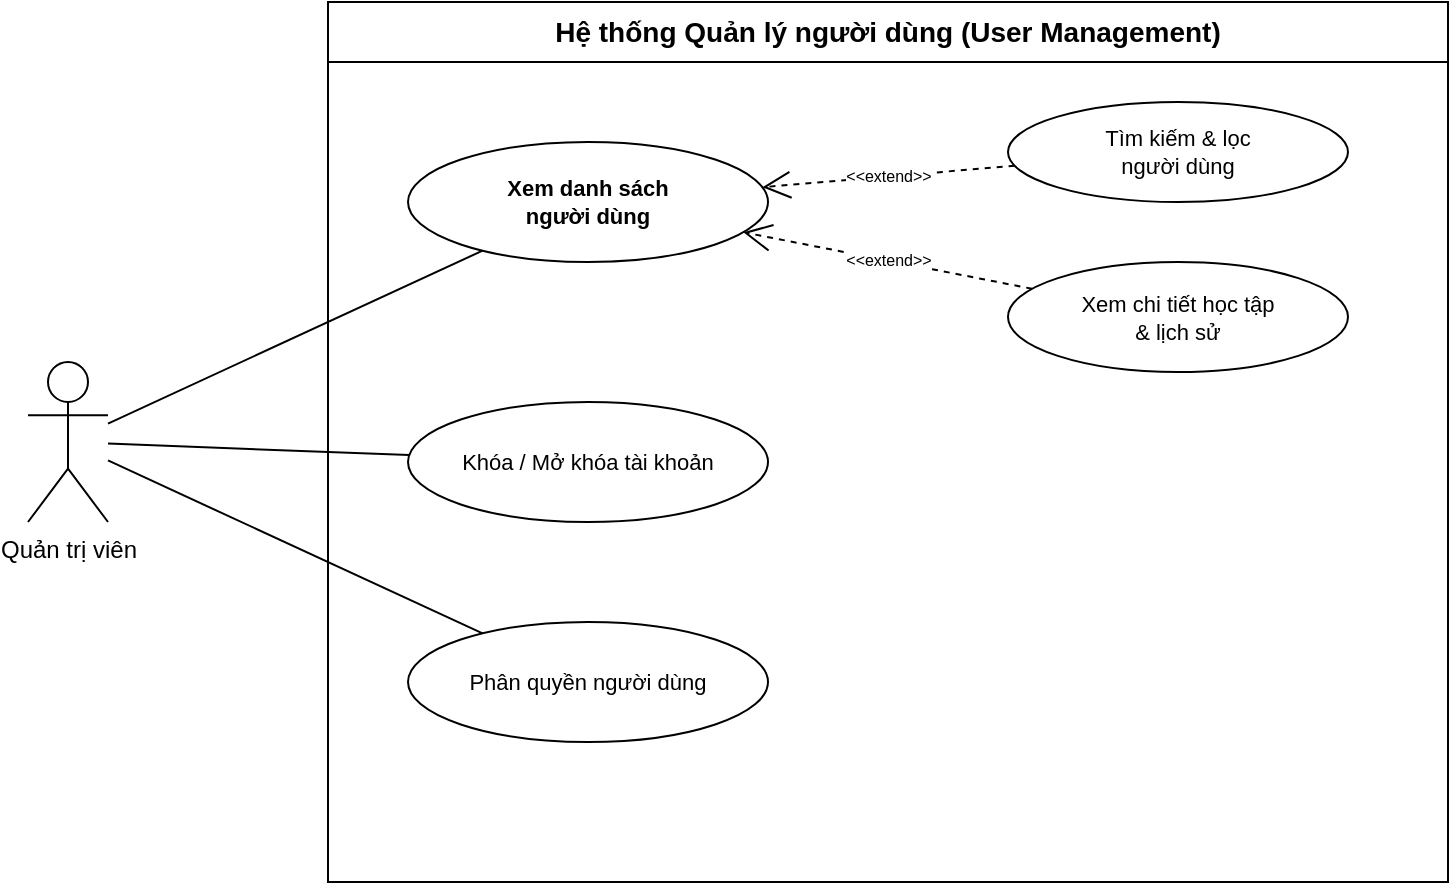
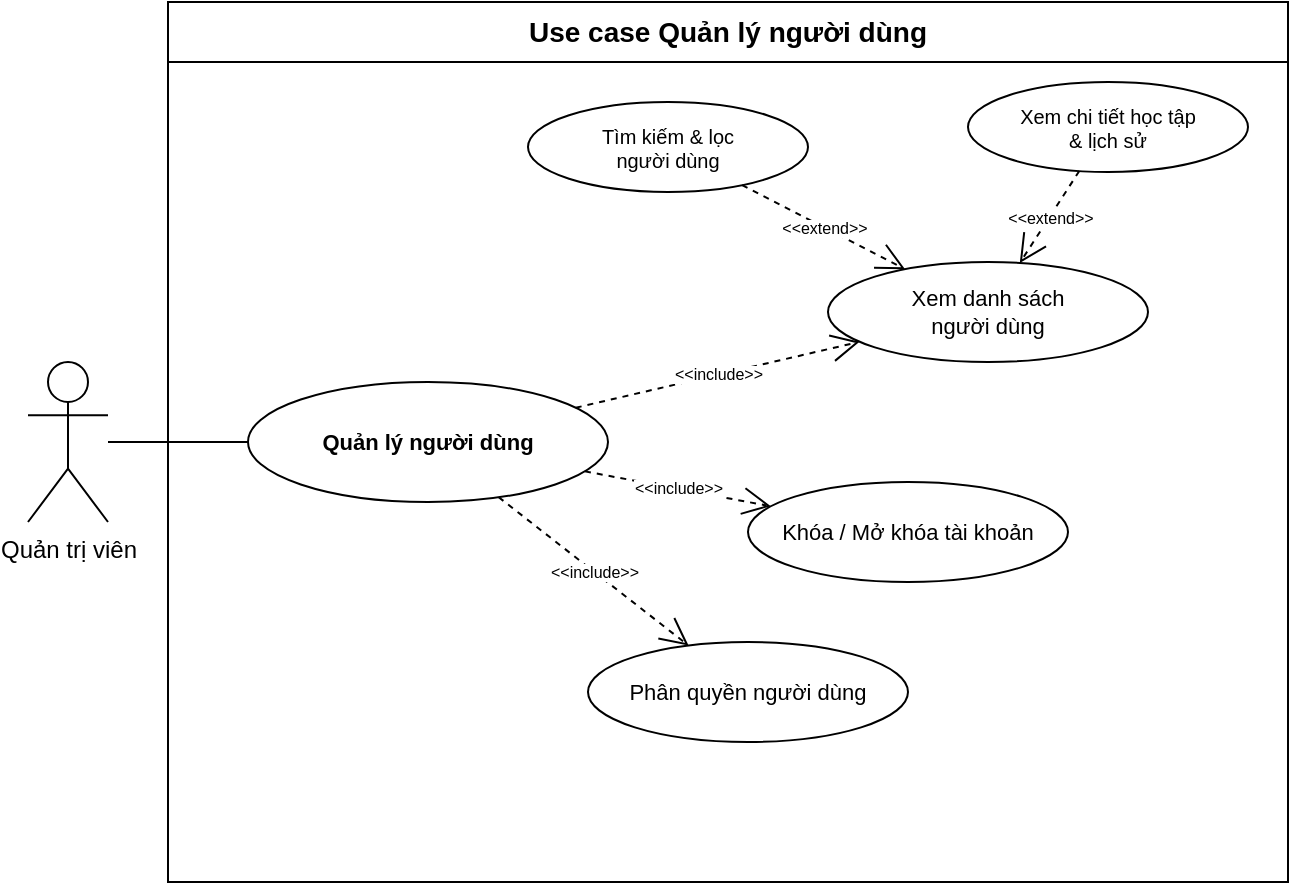
<mxfile host="65bd71144e">
    <diagram id="ql_nguoi_dung_usecase" name="Use Case Quản Lý Người Dùng">
-         <mxGraphModel dx="894" dy="709" grid="1" gridSize="10" guides="1" tooltips="1" connect="1" arrows="1" fold="1" page="1" pageScale="1" pageWidth="1100" pageHeight="700" math="0" shadow="0">
+         <mxGraphModel dx="479" dy="576" grid="1" gridSize="10" guides="1" tooltips="1" connect="1" arrows="1" fold="1" page="1" pageScale="1" pageWidth="1100" pageHeight="700" math="0" shadow="0">
            <root>
                <mxCell id="0"/>
                <mxCell id="1" parent="0"/>
- 
-                 <!-- System Boundary -->
-                 <mxCell id="System" value="Hệ thống Quản lý người dùng (User Management)" style="swimlane;whiteSpace=wrap;html=1;startSize=30;fillColor=none;strokeColor=#000000;fontSize=14;fontStyle=1;" parent="1" vertex="1">
+                 <mxCell id="System" value="Use case Quản lý người dùng" style="swimlane;whiteSpace=wrap;html=1;startSize=30;fillColor=none;strokeColor=#000000;fontSize=14;fontStyle=1;" parent="1" vertex="1">
                    <mxGeometry x="250" y="60" width="560" height="440" as="geometry"/>
                </mxCell>
- 
-                 <!-- Use Cases -->
-                 <mxCell id="UC_XemDanhSachND" value="Xem danh sách&#xa;người dùng" style="ellipse;whiteSpace=wrap;html=1;fontSize=11;fillColor=none;strokeColor=#000000;fontStyle=1;" parent="System" vertex="1">
-                     <mxGeometry x="40" y="70" width="180" height="60" as="geometry"/>
+                 <mxCell id="UC_QLNguoiDung" value="Quản lý người dùng" style="ellipse;whiteSpace=wrap;html=1;fontSize=11;fillColor=none;strokeColor=#000000;fontStyle=1;" parent="System" vertex="1">
+                     <mxGeometry x="40" y="190" width="180" height="60" as="geometry"/>
                </mxCell>
-                 <mxCell id="UC_TimKiemND" value="Tìm kiếm &amp;amp; lọc&#xa;người dùng" style="ellipse;whiteSpace=wrap;html=1;fontSize=11;fillColor=none;strokeColor=#000000;" parent="System" vertex="1">
-                     <mxGeometry x="340" y="50" width="170" height="50" as="geometry"/>
-                 </mxCell>
-                 <mxCell id="UC_XemChiTietND" value="Xem chi tiết học tập&#xa;&amp;amp; lịch sử" style="ellipse;whiteSpace=wrap;html=1;fontSize=11;fillColor=none;strokeColor=#000000;" parent="System" vertex="1">
-                     <mxGeometry x="340" y="130" width="170" height="55" as="geometry"/>
+                 <mxCell id="UC_XemDanhSachND" value="Xem danh sách&#xa;người dùng" style="ellipse;whiteSpace=wrap;html=1;fontSize=11;fillColor=none;strokeColor=#000000;" parent="System" vertex="1">
+                     <mxGeometry x="330" y="130" width="160" height="50" as="geometry"/>
                </mxCell>
                <mxCell id="UC_KhoaTaiKhoanND" value="Khóa / Mở khóa tài khoản" style="ellipse;whiteSpace=wrap;html=1;fontSize=11;fillColor=none;strokeColor=#000000;" parent="System" vertex="1">
-                     <mxGeometry x="40" y="200" width="180" height="60" as="geometry"/>
+                     <mxGeometry x="290" y="240" width="160" height="50" as="geometry"/>
                </mxCell>
                <mxCell id="UC_PhanQuyenND" value="Phân quyền người dùng" style="ellipse;whiteSpace=wrap;html=1;fontSize=11;fillColor=none;strokeColor=#000000;" parent="System" vertex="1">
-                     <mxGeometry x="40" y="310" width="180" height="60" as="geometry"/>
+                     <mxGeometry x="210" y="320" width="160" height="50" as="geometry"/>
                </mxCell>
- 
-                 <!-- Relationships -->
+                 <mxCell id="UC_TimKiemND" value="Tìm kiếm &amp;amp; lọc&#xa;người dùng" style="ellipse;whiteSpace=wrap;html=1;fontSize=10;fillColor=none;strokeColor=#000000;" parent="System" vertex="1">
+                     <mxGeometry x="180" y="50" width="140" height="45" as="geometry"/>
+                 </mxCell>
+                 <mxCell id="UC_XemChiTietND" value="Xem chi tiết học tập&#xa;&amp;amp; lịch sử" style="ellipse;whiteSpace=wrap;html=1;fontSize=10;fillColor=none;strokeColor=#000000;" parent="System" vertex="1">
+                     <mxGeometry x="400" y="40" width="140" height="45" as="geometry"/>
+                 </mxCell>
+                 <mxCell id="Rel_Inc_XemDS" value="&amp;lt;&amp;lt;include&amp;gt;&amp;gt;" style="dashed=1;html=1;endArrow=open;endSize=12;endFill=0;labelBackgroundColor=#ffffff;fontSize=8;" parent="System" source="UC_QLNguoiDung" target="UC_XemDanhSachND" edge="1">
+                     <mxGeometry relative="1" as="geometry"/>
+                 </mxCell>
+                 <mxCell id="Rel_Inc_Khoa" value="&amp;lt;&amp;lt;include&amp;gt;&amp;gt;" style="dashed=1;html=1;endArrow=open;endSize=12;endFill=0;labelBackgroundColor=#ffffff;fontSize=8;" parent="System" source="UC_QLNguoiDung" target="UC_KhoaTaiKhoanND" edge="1">
+                     <mxGeometry relative="1" as="geometry"/>
+                 </mxCell>
+                 <mxCell id="Rel_Inc_Quyen" value="&amp;lt;&amp;lt;include&amp;gt;&amp;gt;" style="dashed=1;html=1;endArrow=open;endSize=12;endFill=0;labelBackgroundColor=#ffffff;fontSize=8;" parent="System" source="UC_QLNguoiDung" target="UC_PhanQuyenND" edge="1">
+                     <mxGeometry relative="1" as="geometry"/>
+                 </mxCell>
                <mxCell id="Rel_Ext_TimKiem" value="&amp;lt;&amp;lt;extend&amp;gt;&amp;gt;" style="dashed=1;html=1;endArrow=open;endSize=12;endFill=0;labelBackgroundColor=#ffffff;fontSize=8;" parent="System" source="UC_TimKiemND" target="UC_XemDanhSachND" edge="1">
                    <mxGeometry relative="1" as="geometry"/>
                </mxCell>
                <mxCell id="Rel_Ext_ChiTiet" value="&amp;lt;&amp;lt;extend&amp;gt;&amp;gt;" style="dashed=1;html=1;endArrow=open;endSize=12;endFill=0;labelBackgroundColor=#ffffff;fontSize=8;" parent="System" source="UC_XemChiTietND" target="UC_XemDanhSachND" edge="1">
                    <mxGeometry relative="1" as="geometry"/>
                </mxCell>
- 
-                 <!-- Actor: Admin -->
                <mxCell id="Actor_Admin" value="Quản trị viên" style="shape=umlActor;verticalLabelPosition=bottom;verticalAlign=top;html=1;outlineConnect=0;fontSize=12;" parent="1" vertex="1">
-                     <mxGeometry x="100" y="240" width="40" height="80" as="geometry"/>
+                     <mxGeometry x="180" y="240" width="40" height="80" as="geometry"/>
                </mxCell>
- 
-                 <!-- Actor Connections -->
-                 <mxCell id="Rel_Actor_XemDS" style="endArrow=none;html=1;fontSize=12;" parent="1" source="Actor_Admin" target="UC_XemDanhSachND" edge="1">
-                     <mxGeometry relative="1" as="geometry"/>
-                 </mxCell>
-                 <mxCell id="Rel_Actor_Khoa" style="endArrow=none;html=1;fontSize=12;" parent="1" source="Actor_Admin" target="UC_KhoaTaiKhoanND" edge="1">
-                     <mxGeometry relative="1" as="geometry"/>
-                 </mxCell>
-                 <mxCell id="Rel_Actor_Quyen" style="endArrow=none;html=1;fontSize=12;" parent="1" source="Actor_Admin" target="UC_PhanQuyenND" edge="1">
+                 <mxCell id="Rel_Actor_Main" style="endArrow=none;html=1;fontSize=12;" parent="1" source="Actor_Admin" target="UC_QLNguoiDung" edge="1">
                    <mxGeometry relative="1" as="geometry"/>
                </mxCell>
            </root>
        </mxGraphModel>
    </diagram>
- </mxfile>
+ </mxfile>